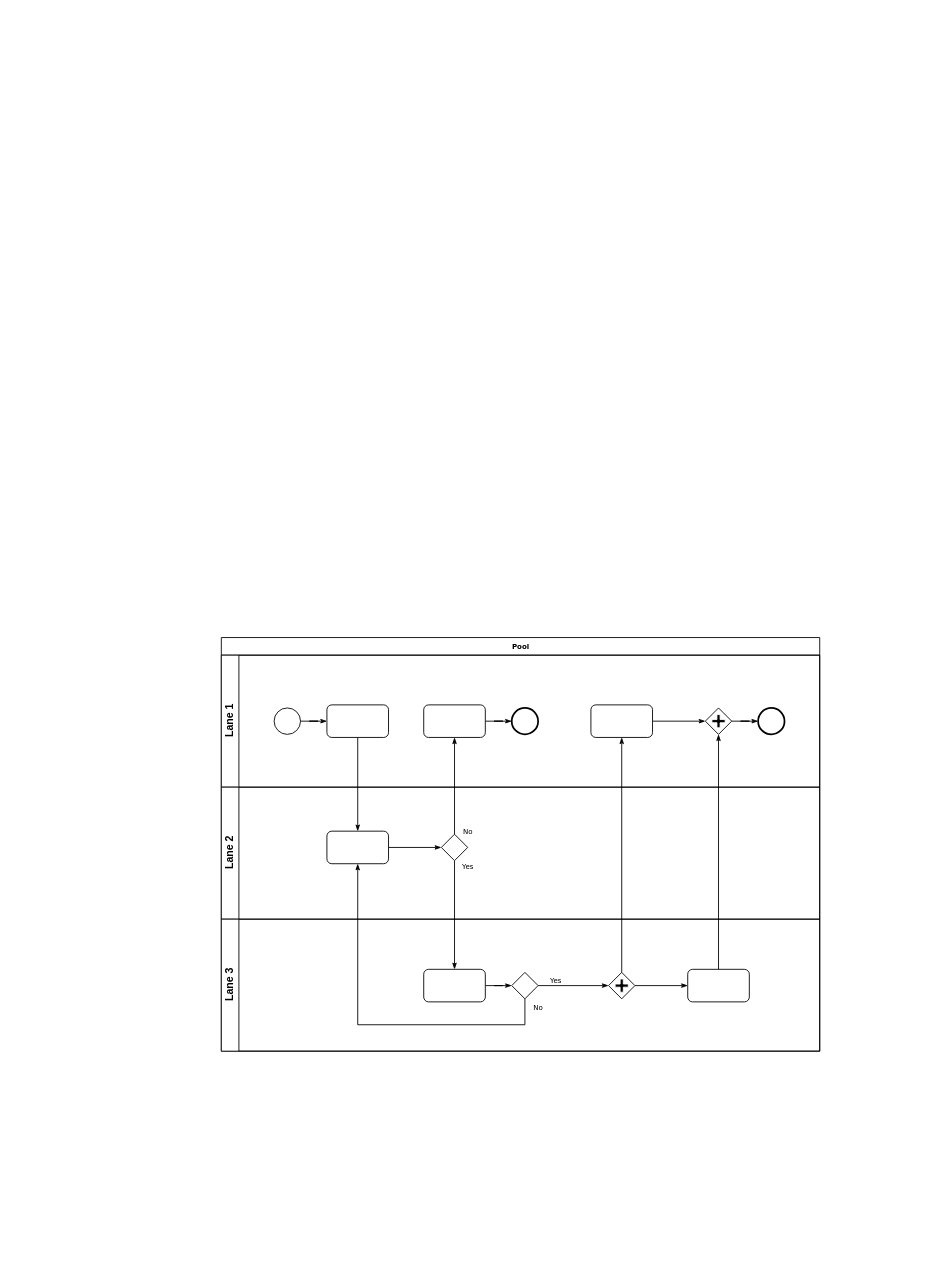
mujianlo/hrpt_drawio keeps this draw.io diagram as EmployeePortal_API_workflow_v2.drawio. Above is the earlier version. Source tidied: cells renumbered, new cells numbered last; positions are measured from the earlier drawing's top-left corner, leaving out a move shared by most shapes. Both pictures are drawn from the tidied source at 88%, with x=0, y=0 at pixel (221, 637).
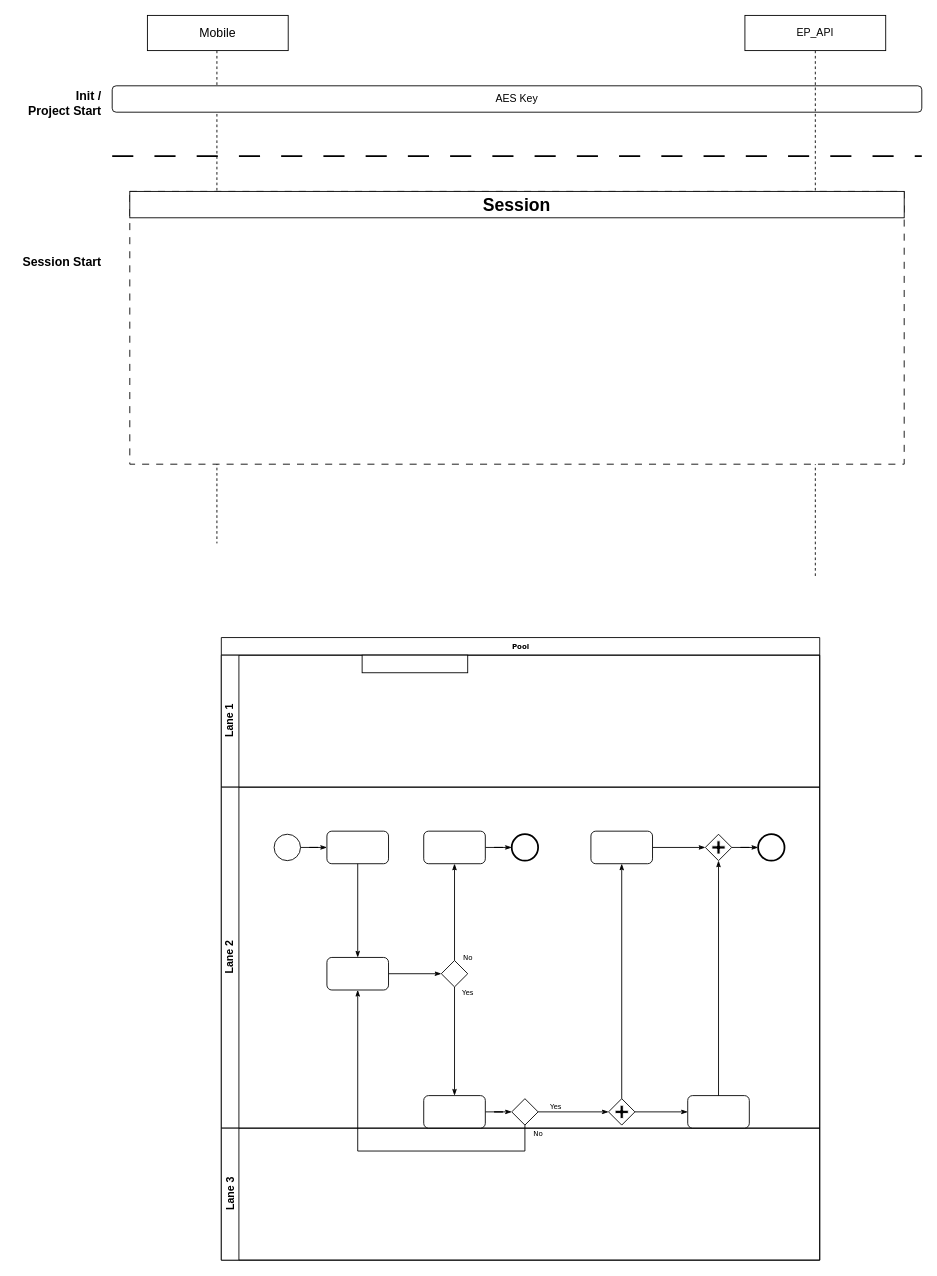
Above is the later version.

Unchanged cells that the change refers to:
```xml
<mxCell id="3" value="Lane 1" style="swimlane;html=1;startSize=20;horizontal=0;" parent="2" vertex="1">
  <mxGeometry y="20" width="680" height="150" as="geometry" />
</mxCell>
```

The edit, as a diff of the source:
```diff
@@
     <mxCell id="2" value="Pool" style="swimlane;html=1;horizontal=1;startSize=20;rounded=0;shadow=0;labelBackgroundColor=none;strokeWidth=1;fontFamily=Verdana;fontSize=8;align=center;" parent="1" vertex="1">
-      <mxGeometry width="680" height="470" as="geometry" />
+      <mxGeometry width="680" height="707.5" as="geometry" />
     </mxCell>
@@
+    <mxCell id="33" style="rounded=0;whiteSpace=wrap;html=1;" parent="3" vertex="1">
+      <mxGeometry x="160" width="120" height="20" as="geometry" />
+    </mxCell>
+    <mxCell id="15" value="Lane 2" style="swimlane;html=1;startSize=20;horizontal=0;" parent="2" vertex="1">
+      <mxGeometry y="170" width="680" height="387.5" as="geometry" />
+    </mxCell>
-    <mxCell id="4" style="edgeStyle=orthogonalEdgeStyle;rounded=0;html=1;labelBackgroundColor=none;startArrow=none;startFill=0;startSize=5;endArrow=classicThin;endFill=1;endSize=5;jettySize=auto;strokeWidth=1;fontFamily=Verdana;fontSize=8;" parent="3" edge="1" source="5" target="6">
+    <mxCell id="4" style="edgeStyle=orthogonalEdgeStyle;rounded=0;html=1;labelBackgroundColor=none;startArrow=none;startFill=0;startSize=5;endArrow=classicThin;endFill=1;endSize=5;jettySize=auto;strokeWidth=1;fontFamily=Verdana;fontSize=8;" parent="15" edge="1" source="5" target="6">
       <mxGeometry relative="1" as="geometry" />
     </mxCell>
-    <mxCell id="5" style="ellipse;whiteSpace=wrap;html=1;rounded=0;shadow=0;labelBackgroundColor=none;strokeWidth=1;fontFamily=Verdana;fontSize=8;align=center;" parent="3" vertex="1">
-      <mxGeometry x="60" y="60" width="30" height="30" as="geometry" />
+    <mxCell id="5" style="ellipse;whiteSpace=wrap;html=1;rounded=0;shadow=0;labelBackgroundColor=none;strokeWidth=1;fontFamily=Verdana;fontSize=8;align=center;" parent="15" vertex="1">
+      <mxGeometry x="60" y="53.5" width="30" height="30" as="geometry" />
     </mxCell>
-    <mxCell id="6" style="rounded=1;whiteSpace=wrap;html=1;shadow=0;labelBackgroundColor=none;strokeWidth=1;fontFamily=Verdana;fontSize=8;align=center;" parent="3" vertex="1">
-      <mxGeometry x="120" y="56.5" width="70" height="37" as="geometry" />
+    <mxCell id="6" style="rounded=1;whiteSpace=wrap;html=1;shadow=0;labelBackgroundColor=none;strokeWidth=1;fontFamily=Verdana;fontSize=8;align=center;" parent="15" vertex="1">
+      <mxGeometry x="120" y="50" width="70" height="37" as="geometry" />
     </mxCell>
-    <mxCell id="7" style="edgeStyle=orthogonalEdgeStyle;rounded=0;html=1;labelBackgroundColor=none;startArrow=none;startFill=0;startSize=5;endArrow=classicThin;endFill=1;endSize=5;jettySize=auto;strokeWidth=1;fontFamily=Verdana;fontSize=8;" parent="3" edge="1" source="8" target="9">
+    <mxCell id="7" style="edgeStyle=orthogonalEdgeStyle;rounded=0;html=1;labelBackgroundColor=none;startArrow=none;startFill=0;startSize=5;endArrow=classicThin;endFill=1;endSize=5;jettySize=auto;strokeWidth=1;fontFamily=Verdana;fontSize=8;" parent="15" edge="1" source="8" target="9">
       <mxGeometry relative="1" as="geometry" />
     </mxCell>
-    <mxCell id="8" style="rounded=1;whiteSpace=wrap;html=1;shadow=0;labelBackgroundColor=none;strokeWidth=1;fontFamily=Verdana;fontSize=8;align=center;" parent="3" vertex="1">
-      <mxGeometry x="230" y="56.5" width="70" height="37" as="geometry" />
+    <mxCell id="8" style="rounded=1;whiteSpace=wrap;html=1;shadow=0;labelBackgroundColor=none;strokeWidth=1;fontFamily=Verdana;fontSize=8;align=center;" parent="15" vertex="1">
+      <mxGeometry x="230" y="50" width="70" height="37" as="geometry" />
     </mxCell>
-    <mxCell id="9" style="ellipse;whiteSpace=wrap;html=1;rounded=0;shadow=0;labelBackgroundColor=none;strokeWidth=2;fontFamily=Verdana;fontSize=8;align=center;" parent="3" vertex="1">
-      <mxGeometry x="330" y="60" width="30" height="30" as="geometry" />
+    <mxCell id="9" style="ellipse;whiteSpace=wrap;html=1;rounded=0;shadow=0;labelBackgroundColor=none;strokeWidth=2;fontFamily=Verdana;fontSize=8;align=center;" parent="15" vertex="1">
+      <mxGeometry x="330" y="53.5" width="30" height="30" as="geometry" />
     </mxCell>
-    <mxCell id="10" style="edgeStyle=orthogonalEdgeStyle;rounded=0;html=1;entryX=0;entryY=0.5;labelBackgroundColor=none;startArrow=none;startFill=0;startSize=5;endArrow=classicThin;endFill=1;endSize=5;jettySize=auto;strokeWidth=1;fontFamily=Verdana;fontSize=8;" parent="3" edge="1" source="11" target="13">
+    <mxCell id="10" style="edgeStyle=orthogonalEdgeStyle;rounded=0;html=1;entryX=0;entryY=0.5;labelBackgroundColor=none;startArrow=none;startFill=0;startSize=5;endArrow=classicThin;endFill=1;endSize=5;jettySize=auto;strokeWidth=1;fontFamily=Verdana;fontSize=8;" parent="15" edge="1" source="11" target="13">
       <mxGeometry relative="1" as="geometry" />
     </mxCell>
-    <mxCell id="11" style="rounded=1;whiteSpace=wrap;html=1;shadow=0;labelBackgroundColor=none;strokeWidth=1;fontFamily=Verdana;fontSize=8;align=center;" parent="3" vertex="1">
-      <mxGeometry x="420" y="56.5" width="70" height="37" as="geometry" />
+    <mxCell id="11" style="rounded=1;whiteSpace=wrap;html=1;shadow=0;labelBackgroundColor=none;strokeWidth=1;fontFamily=Verdana;fontSize=8;align=center;" parent="15" vertex="1">
+      <mxGeometry x="420" y="50" width="70" height="37" as="geometry" />
     </mxCell>
-    <mxCell id="12" style="edgeStyle=orthogonalEdgeStyle;rounded=0;html=1;labelBackgroundColor=none;startArrow=none;startFill=0;startSize=5;endArrow=classicThin;endFill=1;endSize=5;jettySize=auto;strokeWidth=1;fontFamily=Verdana;fontSize=8;" parent="3" edge="1" source="13" target="14">
+    <mxCell id="12" style="edgeStyle=orthogonalEdgeStyle;rounded=0;html=1;labelBackgroundColor=none;startArrow=none;startFill=0;startSize=5;endArrow=classicThin;endFill=1;endSize=5;jettySize=auto;strokeWidth=1;fontFamily=Verdana;fontSize=8;" parent="15" edge="1" source="13" target="14">
       <mxGeometry relative="1" as="geometry" />
     </mxCell>
-    <mxCell id="13" style="shape=mxgraph.bpmn.shape;html=1;verticalLabelPosition=bottom;labelBackgroundColor=#ffffff;verticalAlign=top;perimeter=rhombusPerimeter;background=gateway;outline=none;symbol=parallelGw;rounded=1;shadow=0;strokeWidth=1;fontFamily=Verdana;fontSize=8;align=center;" parent="3" vertex="1">
-      <mxGeometry x="550" y="60" width="30" height="30" as="geometry" />
+    <mxCell id="13" style="shape=mxgraph.bpmn.shape;html=1;verticalLabelPosition=bottom;labelBackgroundColor=#ffffff;verticalAlign=top;perimeter=rhombusPerimeter;background=gateway;outline=none;symbol=parallelGw;rounded=1;shadow=0;strokeWidth=1;fontFamily=Verdana;fontSize=8;align=center;" parent="15" vertex="1">
+      <mxGeometry x="550" y="53.5" width="30" height="30" as="geometry" />
     </mxCell>
-    <mxCell id="14" style="ellipse;whiteSpace=wrap;html=1;rounded=0;shadow=0;labelBackgroundColor=none;strokeWidth=2;fontFamily=Verdana;fontSize=8;align=center;" parent="3" vertex="1">
-      <mxGeometry x="610" y="60" width="30" height="30" as="geometry" />
+    <mxCell id="14" style="ellipse;whiteSpace=wrap;html=1;rounded=0;shadow=0;labelBackgroundColor=none;strokeWidth=2;fontFamily=Verdana;fontSize=8;align=center;" parent="15" vertex="1">
+      <mxGeometry x="610" y="53.5" width="30" height="30" as="geometry" />
     </mxCell>
-    <mxCell id="15" value="Lane 2" style="swimlane;html=1;startSize=20;horizontal=0;" parent="2" vertex="1">
-      <mxGeometry y="170" width="680" height="150" as="geometry" />
-    </mxCell>
@@
     <mxCell id="17" style="rounded=1;whiteSpace=wrap;html=1;shadow=0;labelBackgroundColor=none;strokeWidth=1;fontFamily=Verdana;fontSize=8;align=center;" parent="15" vertex="1">
-      <mxGeometry x="120" y="50" width="70" height="37" as="geometry" />
+      <mxGeometry x="120" y="193.5" width="70" height="37" as="geometry" />
     </mxCell>
     <mxCell id="18" style="strokeWidth=1;html=1;shape=mxgraph.flowchart.decision;whiteSpace=wrap;rounded=1;shadow=0;labelBackgroundColor=none;fontFamily=Verdana;fontSize=8;align=center;" parent="15" vertex="1">
-      <mxGeometry x="250" y="53.5" width="30" height="30" as="geometry" />
+      <mxGeometry x="250" y="197" width="30" height="30" as="geometry" />
     </mxCell>
-    <mxCell id="19" value="Lane 3" style="swimlane;html=1;startSize=20;horizontal=0;" parent="2" vertex="1">
-      <mxGeometry y="320" width="680" height="150" as="geometry" />
-    </mxCell>
-    <mxCell id="20" style="edgeStyle=orthogonalEdgeStyle;rounded=0;html=1;labelBackgroundColor=none;startArrow=none;startFill=0;startSize=5;endArrow=classicThin;endFill=1;endSize=5;jettySize=auto;strokeWidth=1;fontFamily=Verdana;fontSize=8;" parent="19" edge="1" source="21" target="23">
+    <mxCell id="20" style="edgeStyle=orthogonalEdgeStyle;rounded=0;html=1;labelBackgroundColor=none;startArrow=none;startFill=0;startSize=5;endArrow=classicThin;endFill=1;endSize=5;jettySize=auto;strokeWidth=1;fontFamily=Verdana;fontSize=8;" parent="15" edge="1" source="21" target="23">
       <mxGeometry relative="1" as="geometry" />
     </mxCell>
-    <mxCell id="21" style="rounded=1;whiteSpace=wrap;html=1;shadow=0;labelBackgroundColor=none;strokeWidth=1;fontFamily=Verdana;fontSize=8;align=center;" parent="19" vertex="1">
-      <mxGeometry x="230" y="57" width="70" height="37" as="geometry" />
+    <mxCell id="21" style="rounded=1;whiteSpace=wrap;html=1;shadow=0;labelBackgroundColor=none;strokeWidth=1;fontFamily=Verdana;fontSize=8;align=center;" parent="15" vertex="1">
+      <mxGeometry x="230" y="350.5" width="70" height="37" as="geometry" />
     </mxCell>
-    <mxCell id="22" value="Yes" style="edgeStyle=orthogonalEdgeStyle;rounded=0;html=1;entryX=0;entryY=0.5;labelBackgroundColor=none;startArrow=none;startFill=0;startSize=5;endArrow=classicThin;endFill=1;endSize=5;jettySize=auto;strokeWidth=1;fontFamily=Verdana;fontSize=8;" parent="19" edge="1" source="23" target="25">
+    <mxCell id="22" value="Yes" style="edgeStyle=orthogonalEdgeStyle;rounded=0;html=1;entryX=0;entryY=0.5;labelBackgroundColor=none;startArrow=none;startFill=0;startSize=5;endArrow=classicThin;endFill=1;endSize=5;jettySize=auto;strokeWidth=1;fontFamily=Verdana;fontSize=8;" parent="15" edge="1" source="23" target="25">
       <mxGeometry x="-0.5" y="6" relative="1" as="geometry" />
     </mxCell>
-    <mxCell id="23" style="strokeWidth=1;html=1;shape=mxgraph.flowchart.decision;whiteSpace=wrap;rounded=1;shadow=0;labelBackgroundColor=none;fontFamily=Verdana;fontSize=8;align=center;" parent="19" vertex="1">
-      <mxGeometry x="330" y="60.5" width="30" height="30" as="geometry" />
+    <mxCell id="23" style="strokeWidth=1;html=1;shape=mxgraph.flowchart.decision;whiteSpace=wrap;rounded=1;shadow=0;labelBackgroundColor=none;fontFamily=Verdana;fontSize=8;align=center;" parent="15" vertex="1">
+      <mxGeometry x="330" y="354" width="30" height="30" as="geometry" />
     </mxCell>
-    <mxCell id="24" style="edgeStyle=orthogonalEdgeStyle;rounded=0;html=1;labelBackgroundColor=none;startArrow=none;startFill=0;startSize=5;endArrow=classicThin;endFill=1;endSize=5;jettySize=auto;strokeColor=#000000;strokeWidth=1;fontFamily=Verdana;fontSize=8;fontColor=#000000;" parent="19" edge="1" source="25" target="26">
+    <mxCell id="24" style="edgeStyle=orthogonalEdgeStyle;rounded=0;html=1;labelBackgroundColor=none;startArrow=none;startFill=0;startSize=5;endArrow=classicThin;endFill=1;endSize=5;jettySize=auto;strokeColor=#000000;strokeWidth=1;fontFamily=Verdana;fontSize=8;fontColor=#000000;" parent="15" edge="1" source="25" target="26">
       <mxGeometry relative="1" as="geometry" />
     </mxCell>
-    <mxCell id="25" style="shape=mxgraph.bpmn.shape;html=1;verticalLabelPosition=bottom;labelBackgroundColor=#ffffff;verticalAlign=top;perimeter=rhombusPerimeter;background=gateway;outline=none;symbol=parallelGw;rounded=1;shadow=0;strokeWidth=1;fontFamily=Verdana;fontSize=8;align=center;" parent="19" vertex="1">
-      <mxGeometry x="440" y="60.5" width="30" height="30" as="geometry" />
+    <mxCell id="25" style="shape=mxgraph.bpmn.shape;html=1;verticalLabelPosition=bottom;labelBackgroundColor=#ffffff;verticalAlign=top;perimeter=rhombusPerimeter;background=gateway;outline=none;symbol=parallelGw;rounded=1;shadow=0;strokeWidth=1;fontFamily=Verdana;fontSize=8;align=center;" parent="15" vertex="1">
+      <mxGeometry x="440" y="354" width="30" height="30" as="geometry" />
     </mxCell>
-    <mxCell id="26" style="rounded=1;whiteSpace=wrap;html=1;shadow=0;labelBackgroundColor=none;strokeWidth=1;fontFamily=Verdana;fontSize=8;align=center;" parent="19" vertex="1">
-      <mxGeometry x="530" y="57" width="70" height="37" as="geometry" />
+    <mxCell id="26" style="rounded=1;whiteSpace=wrap;html=1;shadow=0;labelBackgroundColor=none;strokeWidth=1;fontFamily=Verdana;fontSize=8;align=center;" parent="15" vertex="1">
+      <mxGeometry x="530" y="350.5" width="70" height="37" as="geometry" />
     </mxCell>
-    <mxCell id="27" style="edgeStyle=orthogonalEdgeStyle;rounded=0;html=1;labelBackgroundColor=none;startArrow=none;startFill=0;startSize=5;endArrow=classicThin;endFill=1;endSize=5;jettySize=auto;strokeWidth=1;fontFamily=Verdana;fontSize=8;" parent="2" edge="1" source="6" target="17">
+    <mxCell id="27" style="edgeStyle=orthogonalEdgeStyle;rounded=0;html=1;labelBackgroundColor=none;startArrow=none;startFill=0;startSize=5;endArrow=classicThin;endFill=1;endSize=5;jettySize=auto;strokeWidth=1;fontFamily=Verdana;fontSize=8;" parent="15" edge="1" source="6" target="17">
       <mxGeometry relative="1" as="geometry" />
     </mxCell>
-    <mxCell id="28" value="No" style="edgeStyle=orthogonalEdgeStyle;rounded=0;html=1;labelBackgroundColor=none;startArrow=none;startFill=0;startSize=5;endArrow=classicThin;endFill=1;endSize=5;jettySize=auto;strokeWidth=1;fontFamily=Verdana;fontSize=8;" parent="2" edge="1" source="18" target="8">
+    <mxCell id="28" value="No" style="edgeStyle=orthogonalEdgeStyle;rounded=0;html=1;labelBackgroundColor=none;startArrow=none;startFill=0;startSize=5;endArrow=classicThin;endFill=1;endSize=5;jettySize=auto;strokeWidth=1;fontFamily=Verdana;fontSize=8;" parent="15" edge="1" source="18" target="8">
       <mxGeometry x="-0.94" y="-15" relative="1" as="geometry" />
     </mxCell>
-    <mxCell id="29" value="Yes" style="edgeStyle=orthogonalEdgeStyle;rounded=0;html=1;labelBackgroundColor=none;startArrow=none;startFill=0;startSize=5;endArrow=classicThin;endFill=1;endSize=5;jettySize=auto;strokeWidth=1;fontFamily=Verdana;fontSize=8;" parent="2" edge="1" source="18" target="21">
+    <mxCell id="29" value="Yes" style="edgeStyle=orthogonalEdgeStyle;rounded=0;html=1;labelBackgroundColor=none;startArrow=none;startFill=0;startSize=5;endArrow=classicThin;endFill=1;endSize=5;jettySize=auto;strokeWidth=1;fontFamily=Verdana;fontSize=8;" parent="15" edge="1" source="18" target="21">
       <mxGeometry x="-0.89" y="15" relative="1" as="geometry" />
     </mxCell>
-    <mxCell id="30" style="edgeStyle=orthogonalEdgeStyle;rounded=0;html=1;entryX=0.5;entryY=1;labelBackgroundColor=none;startArrow=none;startFill=0;startSize=5;endArrow=classicThin;endFill=1;endSize=5;jettySize=auto;strokeWidth=1;fontFamily=Verdana;fontSize=8;" parent="2" edge="1" source="26" target="13">
+    <mxCell id="30" style="edgeStyle=orthogonalEdgeStyle;rounded=0;html=1;entryX=0.5;entryY=1;labelBackgroundColor=none;startArrow=none;startFill=0;startSize=5;endArrow=classicThin;endFill=1;endSize=5;jettySize=auto;strokeWidth=1;fontFamily=Verdana;fontSize=8;" parent="15" edge="1" source="26" target="13">
       <mxGeometry relative="1" as="geometry" />
     </mxCell>
-    <mxCell id="31" value="No" style="edgeStyle=orthogonalEdgeStyle;rounded=0;html=1;labelBackgroundColor=none;startArrow=none;startFill=0;startSize=5;endArrow=classicThin;endFill=1;endSize=5;jettySize=auto;strokeWidth=1;fontFamily=Verdana;fontSize=8;" parent="2" edge="1" source="23" target="17">
+    <mxCell id="31" value="No" style="edgeStyle=orthogonalEdgeStyle;rounded=0;html=1;labelBackgroundColor=none;startArrow=none;startFill=0;startSize=5;endArrow=classicThin;endFill=1;endSize=5;jettySize=auto;strokeWidth=1;fontFamily=Verdana;fontSize=8;" parent="15" edge="1" source="23" target="17">
       <mxGeometry x="-0.95" y="15" relative="1" as="geometry">
         <Array as="points">
-          <mxPoint x="345" y="440" />
-          <mxPoint x="155" y="440" />
+          <mxPoint x="345" y="413.5" />
+          <mxPoint x="155" y="413.5" />
         </Array>
       </mxGeometry>
     </mxCell>
-    <mxCell id="32" style="edgeStyle=orthogonalEdgeStyle;rounded=0;html=1;labelBackgroundColor=none;startArrow=none;startFill=0;startSize=5;endArrow=classicThin;endFill=1;endSize=5;jettySize=auto;strokeWidth=1;fontFamily=Verdana;fontSize=8;" parent="2" edge="1" source="25" target="11">
+    <mxCell id="32" style="edgeStyle=orthogonalEdgeStyle;rounded=0;html=1;labelBackgroundColor=none;startArrow=none;startFill=0;startSize=5;endArrow=classicThin;endFill=1;endSize=5;jettySize=auto;strokeWidth=1;fontFamily=Verdana;fontSize=8;" parent="15" edge="1" source="25" target="11">
       <mxGeometry relative="1" as="geometry" />
     </mxCell>
+    <mxCell id="19" value="Lane 3" style="swimlane;html=1;startSize=20;horizontal=0;" parent="2" vertex="1">
+      <mxGeometry y="557.5" width="680" height="150" as="geometry" />
+    </mxCell>
+    <mxCell id="34" style="line;strokeWidth=1;direction=south;html=1;perimeter=backbonePerimeter;dashed=1;" parent="1" vertex="1">
+      <mxGeometry x="-15" y="-667" width="20" height="560" as="geometry" />
+    </mxCell>
+    <mxCell id="35" value="AES Key" style="rounded=1;whiteSpace=wrap;html=1;" parent="1" vertex="1">
+      <mxGeometry x="-124" y="-627" width="920" height="30" as="geometry" />
+    </mxCell>
+    <mxCell id="36" style="line;strokeWidth=1;direction=south;html=1;perimeter=backbonePerimeter;dashed=1;" parent="1" vertex="1">
+      <mxGeometry x="665" y="-667" width="20" height="600" as="geometry" />
+    </mxCell>
+    <mxCell id="37" value="EP_API" style="rounded=0;whiteSpace=wrap;html=1;" parent="1" vertex="1">
+      <mxGeometry x="595" y="-707" width="160" height="40" as="geometry" />
+    </mxCell>
+    <mxCell id="38" style="line;strokeWidth=2;html=1;dashed=1;dashPattern=12 12;" parent="1" vertex="1">
+      <mxGeometry x="-124" y="-557" width="920" height="20" as="geometry" />
+    </mxCell>
+    <mxCell id="39" style="rounded=0;whiteSpace=wrap;html=1;dashed=1;dashPattern=8 8;" parent="1" vertex="1">
+      <mxGeometry x="-104" y="-507" width="880" height="310" as="geometry" />
+    </mxCell>
+    <mxCell id="40" value="&lt;b&gt;&lt;font style=&quot;font-size: 14px;&quot;&gt;Init / &lt;br&gt;Project Start&lt;/font&gt;&lt;/b&gt;" style="text;html=1;align=right;verticalAlign=middle;whiteSpace=wrap;rounded=0;" parent="1" vertex="1">
+      <mxGeometry x="-234" y="-627" width="100" height="40" as="geometry" />
+    </mxCell>
+    <mxCell id="41" value="&lt;font style=&quot;font-size: 14px;&quot;&gt;Mobile&lt;/font&gt;" style="rounded=0;whiteSpace=wrap;html=1;" parent="1" vertex="1">
+      <mxGeometry x="-84" y="-707" width="160" height="40" as="geometry" />
+    </mxCell>
+    <mxCell id="42" value="&lt;font style=&quot;font-size: 14px;&quot;&gt;&lt;b&gt;Session Start&lt;br&gt;&lt;/b&gt;&lt;/font&gt;" style="text;html=1;align=right;verticalAlign=middle;whiteSpace=wrap;rounded=0;" parent="1" vertex="1">
+      <mxGeometry x="-234" y="-447" width="100" height="40" as="geometry" />
+    </mxCell>
+    <mxCell id="43" value="&lt;font style=&quot;font-size: 20px;&quot;&gt;&lt;b&gt;Session&lt;/b&gt;&lt;/font&gt;" style="rounded=0;whiteSpace=wrap;html=1;" parent="1" vertex="1">
+      <mxGeometry x="-104" y="-507" width="880" height="30" as="geometry" />
+    </mxCell>
```
